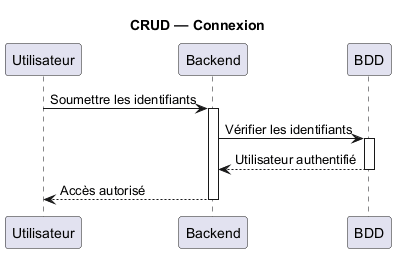
PublicStaticVoidSassi/projetfindetude keeps this PlantUML diagram as main/exporterDiagrams/sequence/user management/login.png. Above is the earlier version. Its diagram source:
```plantuml
@startuml
title CRUD — Connexion

participant Utilisateur
participant Backend
participant BDD

Utilisateur -> Backend: Soumettre les identifiants
activate Backend

Backend -> BDD: Vérifier les identifiants
activate BDD

BDD --> Backend: Utilisateur authentifié
deactivate BDD

Backend --> Utilisateur: Accès autorisé
deactivate Backend

@enduml
```
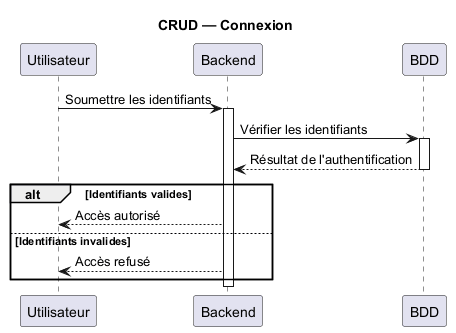
Above is the later version.

Change to the diagram source:
```diff
@@ -11,10 +11,15 @@
 Backend -> BDD: Vérifier les identifiants
 activate BDD
 
-BDD --> Backend: Utilisateur authentifié
+BDD --> Backend: Résultat de l'authentification
 deactivate BDD
 
-Backend --> Utilisateur: Accès autorisé
+alt Identifiants valides
+    Backend --> Utilisateur: Accès autorisé
+else Identifiants invalides
+    Backend --> Utilisateur: Accès refusé
+end
+
 deactivate Backend
 
 @enduml
```
